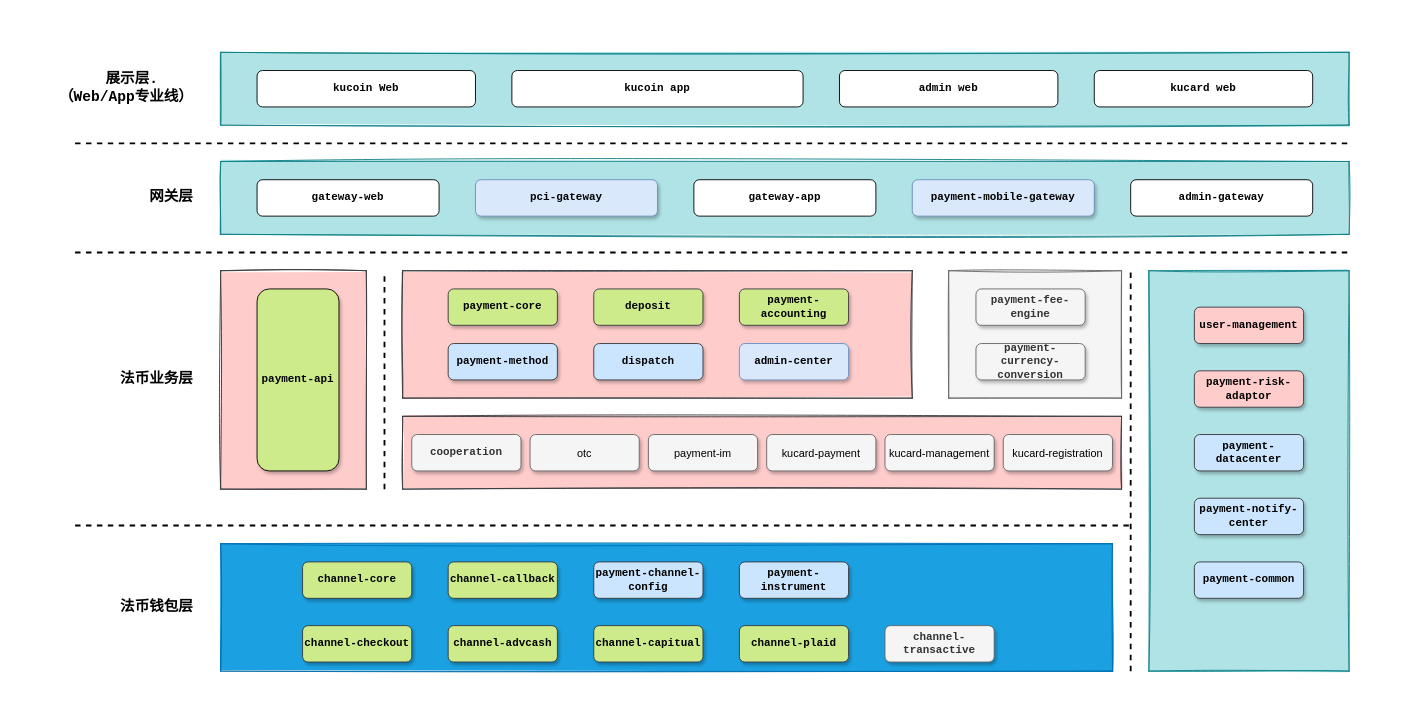
Above: page "服务分层图 - 钱包" (3 of 5) of 库珀架构.drawio in JudeSheng/design (draw.io), before the change. Source tidied: cells renumbered, new cells numbered last; positions are measured from the earlier drawing's top-left corner, leaving out a move shared by most shapes. Both pictures are drawn from the tidied source at 91%, with x=0, y=0 at pixel (75, 52).
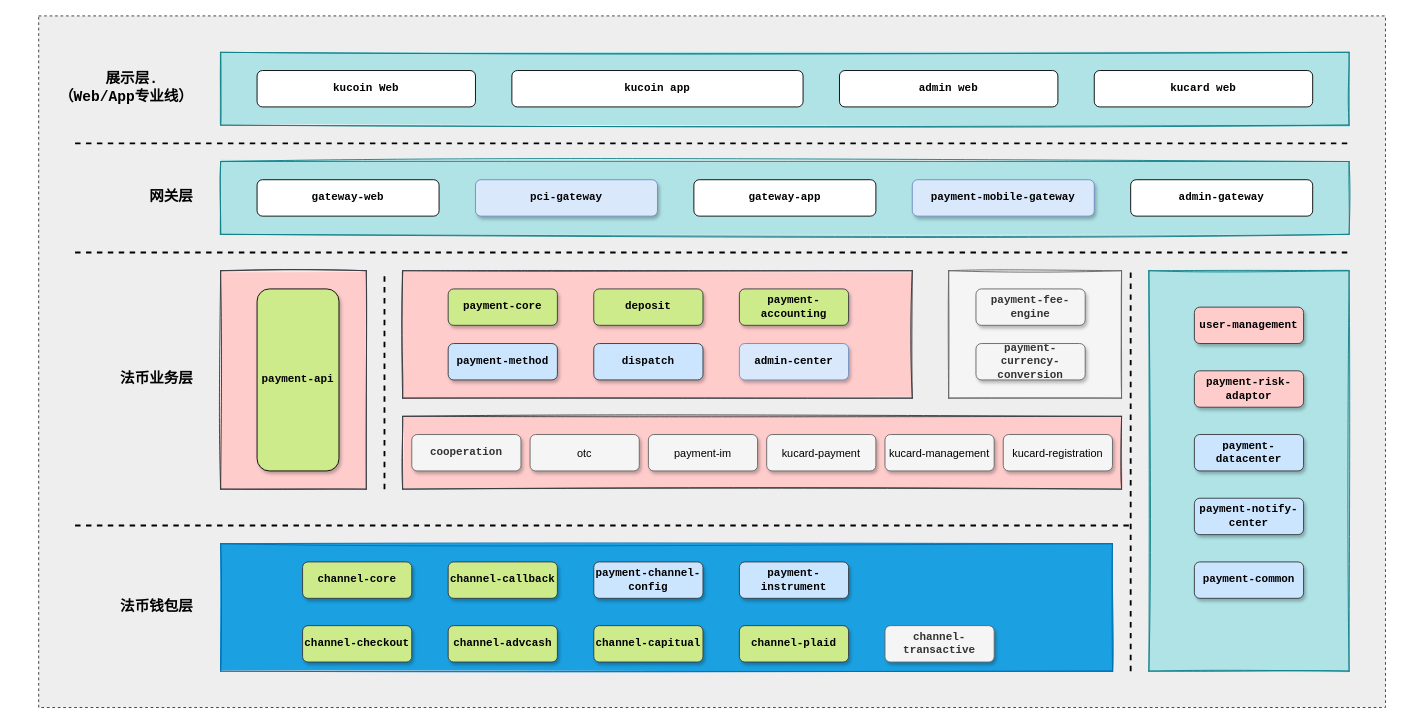
The same diagram, later.

Commit message (it also covers changes not shown here):
更新库珀架构.drawio

The edit, as a diff of the source:
```diff
@@
+    <mxCell id="53" style="rounded=0;whiteSpace=wrap;html=1;fontSize=15;align=left;dashed=1;fillColor=#eeeeee;strokeColor=#36393d;" parent="1" vertex="1">
+      <mxGeometry x="-40" y="-40" width="1480" height="760" as="geometry" />
+    </mxCell>
```
